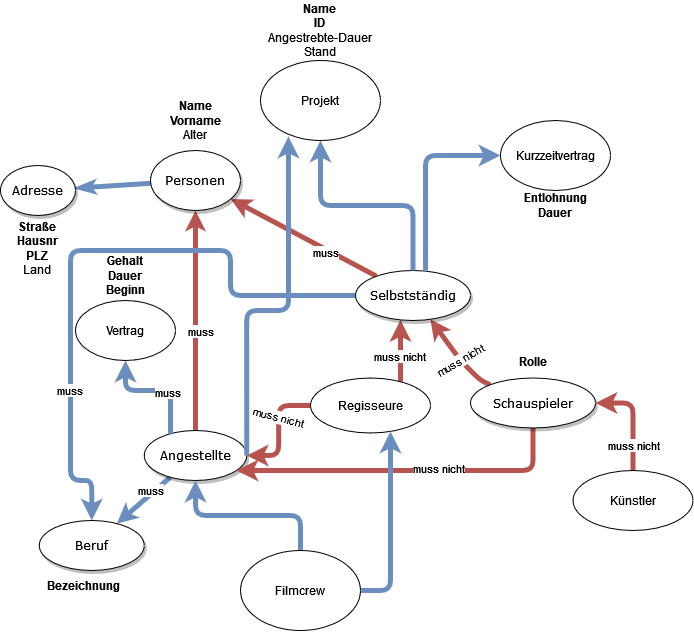
Masternuss/Datenbanken2022 keeps this draw.io diagram as Personenverwaltung.drawio.png. Above is the earlier version. Source tidied: cells renumbered, new cells last; positions are measured from the earlier drawing's top-left corner, leaving out a move shared by most shapes.
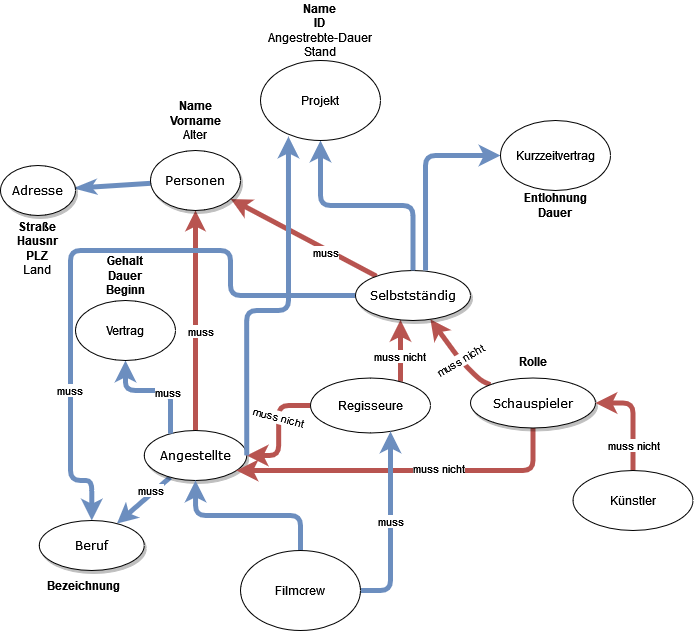
Above is the later version.

Diff of the diagram source:
```diff
@@ -167,6 +167,11 @@
         </Array>
       </mxGeometry>
     </mxCell>
+    <mxCell id="47" value="muss" style="edgeLabel;html=1;align=center;verticalAlign=middle;fontFamily=Helvetica;" parent="42" vertex="1">
+      <mxGeometry x="-0.08" y="-1" relative="1" as="geometry">
+        <mxPoint x="-1" y="-12" as="offset" />
+      </mxGeometry>
+    </mxCell>
     <mxCell id="43" value="Filmcrew" style="ellipse;whiteSpace=wrap;html=1;" parent="1" vertex="1">
       <mxGeometry x="240" y="550" width="120" height="80" as="geometry" />
     </mxCell>
```
